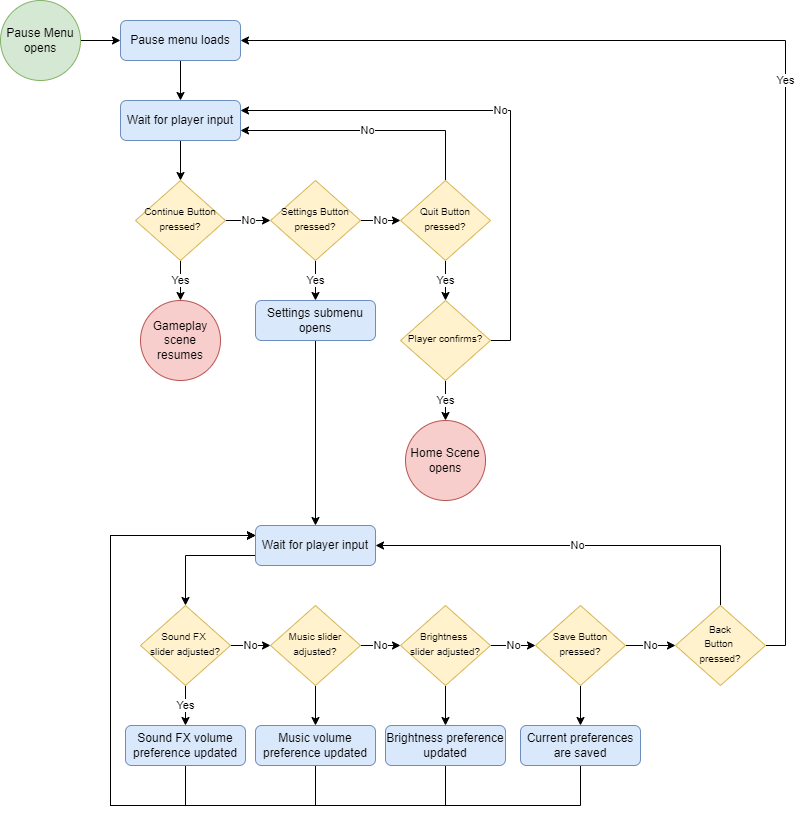
Above: Design/GameplayPauseMenuFlow.png in zkturman/TiltaPong (draw.io), before the change. Source tidied: cells renumbered, new cells last; positions are measured from the earlier drawing's top-left corner, leaving out a move shared by most shapes.
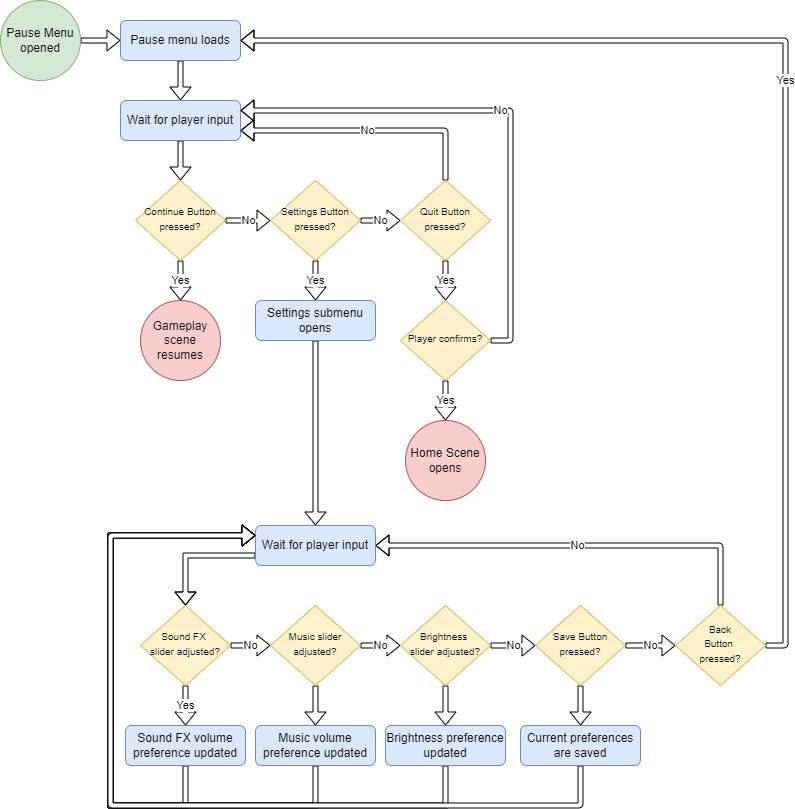
The same diagram one commit later.

Change to the diagram source:
```diff
@@ -2,52 +2,52 @@
   <root>
     <mxCell id="0" />
     <mxCell id="1" parent="0" />
-    <mxCell id="2" value="No" style="edgeStyle=orthogonalEdgeStyle;rounded=0;jettySize=auto;html=1;exitX=1;exitY=0.5;exitDx=0;exitDy=0;entryX=0;entryY=0.5;entryDx=0;entryDy=0;" parent="1" edge="1" source="4" target="9">
+    <mxCell id="2" value="No" style="edgeStyle=orthogonalEdgeStyle;rounded=0;jettySize=auto;html=1;exitX=1;exitY=0.5;exitDx=0;exitDy=0;entryX=0;entryY=0.5;entryDx=0;entryDy=0;shape=flexArrow;fillColor=default;endSize=4;width=5;endWidth=15;" parent="1" edge="1" source="4" target="9">
       <mxGeometry relative="1" as="geometry" />
     </mxCell>
-    <mxCell id="3" value="Yes" style="edgeStyle=orthogonalEdgeStyle;rounded=0;jettySize=auto;html=1;exitX=0.5;exitY=1;exitDx=0;exitDy=0;entryX=0.5;entryY=0;entryDx=0;entryDy=0;" parent="1" edge="1" source="4" target="16">
+    <mxCell id="3" value="Yes" style="edgeStyle=orthogonalEdgeStyle;rounded=0;jettySize=auto;html=1;exitX=0.5;exitY=1;exitDx=0;exitDy=0;entryX=0.5;entryY=0;entryDx=0;entryDy=0;shape=flexArrow;fillColor=default;endSize=4;width=5;endWidth=15;" parent="1" edge="1" source="4" target="16">
       <mxGeometry relative="1" as="geometry" />
     </mxCell>
     <mxCell id="4" value="&lt;font style=&quot;font-size: 10px&quot;&gt;Continue Button pressed?&lt;/font&gt;" style="rhombus;whiteSpace=wrap;html=1;shadow=0;fontFamily=Helvetica;fontSize=12;align=center;strokeWidth=1;spacing=6;spacingTop=-4;fillColor=#fff2cc;strokeColor=#d6b656;" parent="1" vertex="1">
       <mxGeometry x="135" y="180" width="90" height="80" as="geometry" />
     </mxCell>
-    <mxCell id="5" style="edgeStyle=orthogonalEdgeStyle;rounded=0;jettySize=auto;html=1;exitX=1;exitY=0.5;exitDx=0;exitDy=0;" parent="1" edge="1" source="6" target="14">
+    <mxCell id="5" style="edgeStyle=orthogonalEdgeStyle;rounded=0;jettySize=auto;html=1;exitX=1;exitY=0.5;exitDx=0;exitDy=0;shape=flexArrow;fillColor=default;endSize=4;width=5;endWidth=15;" parent="1" edge="1" source="6" target="14">
       <mxGeometry relative="1" as="geometry" />
     </mxCell>
-    <mxCell id="6" value="Pause Menu opens" style="ellipse;whiteSpace=wrap;html=1;fillColor=#d5e8d4;strokeColor=#82b366;" parent="1" vertex="1">
+    <mxCell id="6" value="Pause Menu opened" style="ellipse;whiteSpace=wrap;html=1;fillColor=#d5e8d4;strokeColor=#82b366;" parent="1" vertex="1">
       <mxGeometry width="80" height="80" as="geometry" />
     </mxCell>
-    <mxCell id="7" value="No" style="edgeStyle=orthogonalEdgeStyle;rounded=0;jettySize=auto;html=1;exitX=1;exitY=0.5;exitDx=0;exitDy=0;entryX=0;entryY=0.5;entryDx=0;entryDy=0;" parent="1" edge="1" source="9" target="12">
+    <mxCell id="7" value="No" style="edgeStyle=orthogonalEdgeStyle;rounded=0;jettySize=auto;html=1;exitX=1;exitY=0.5;exitDx=0;exitDy=0;entryX=0;entryY=0.5;entryDx=0;entryDy=0;shape=flexArrow;fillColor=default;endSize=4;width=5;endWidth=15;" parent="1" edge="1" source="9" target="12">
       <mxGeometry relative="1" as="geometry" />
     </mxCell>
-    <mxCell id="8" value="Yes" style="edgeStyle=orthogonalEdgeStyle;rounded=0;jettySize=auto;html=1;exitX=0.5;exitY=1;exitDx=0;exitDy=0;entryX=0.5;entryY=0;entryDx=0;entryDy=0;" parent="1" edge="1" source="9" target="23">
+    <mxCell id="8" value="Yes" style="edgeStyle=orthogonalEdgeStyle;rounded=0;jettySize=auto;html=1;exitX=0.5;exitY=1;exitDx=0;exitDy=0;entryX=0.5;entryY=0;entryDx=0;entryDy=0;shape=flexArrow;fillColor=default;endSize=4;width=5;endWidth=15;" parent="1" edge="1" source="9" target="23">
       <mxGeometry relative="1" as="geometry" />
     </mxCell>
     <mxCell id="9" value="&lt;span style=&quot;font-size: 10px&quot;&gt;Settings Button pressed?&lt;/span&gt;" style="rhombus;whiteSpace=wrap;html=1;shadow=0;fontFamily=Helvetica;fontSize=12;align=center;strokeWidth=1;spacing=6;spacingTop=-4;fillColor=#fff2cc;strokeColor=#d6b656;" parent="1" vertex="1">
       <mxGeometry x="270" y="180" width="90" height="80" as="geometry" />
     </mxCell>
-    <mxCell id="10" value="Yes" style="edgeStyle=orthogonalEdgeStyle;rounded=0;jettySize=auto;html=1;exitX=0.5;exitY=1;exitDx=0;exitDy=0;entryX=0.5;entryY=0;entryDx=0;entryDy=0;" parent="1" edge="1" source="12" target="22">
+    <mxCell id="10" value="Yes" style="edgeStyle=orthogonalEdgeStyle;rounded=0;jettySize=auto;html=1;exitX=0.5;exitY=1;exitDx=0;exitDy=0;entryX=0.5;entryY=0;entryDx=0;entryDy=0;shape=flexArrow;fillColor=default;endSize=4;width=5;endWidth=15;" parent="1" edge="1" source="12" target="22">
       <mxGeometry relative="1" as="geometry" />
     </mxCell>
-    <mxCell id="11" value="No" style="edgeStyle=orthogonalEdgeStyle;rounded=0;jettySize=auto;html=1;exitX=0.5;exitY=0;exitDx=0;exitDy=0;entryX=1;entryY=0.75;entryDx=0;entryDy=0;" parent="1" edge="1" source="12" target="18">
+    <mxCell id="11" value="No" style="edgeStyle=orthogonalEdgeStyle;rounded=1;jettySize=auto;html=1;exitX=0.5;exitY=0;exitDx=0;exitDy=0;entryX=1;entryY=0.75;entryDx=0;entryDy=0;shape=flexArrow;fillColor=default;endSize=4;width=5;endWidth=15;" parent="1" edge="1" source="12" target="18">
       <mxGeometry relative="1" as="geometry" />
     </mxCell>
     <mxCell id="12" value="&lt;span style=&quot;font-size: 10px&quot;&gt;Quit Button pressed?&lt;/span&gt;" style="rhombus;whiteSpace=wrap;html=1;shadow=0;fontFamily=Helvetica;fontSize=12;align=center;strokeWidth=1;spacing=6;spacingTop=-4;fillColor=#fff2cc;strokeColor=#d6b656;" parent="1" vertex="1">
       <mxGeometry x="400" y="180" width="90" height="80" as="geometry" />
     </mxCell>
-    <mxCell id="13" style="edgeStyle=orthogonalEdgeStyle;rounded=0;jettySize=auto;html=1;exitX=0.5;exitY=1;exitDx=0;exitDy=0;" parent="1" edge="1" source="14" target="18">
+    <mxCell id="13" style="edgeStyle=orthogonalEdgeStyle;rounded=0;jettySize=auto;html=1;exitX=0.5;exitY=1;exitDx=0;exitDy=0;shape=flexArrow;fillColor=default;endSize=4;width=5;endWidth=15;" parent="1" edge="1" source="14" target="18">
       <mxGeometry relative="1" as="geometry" />
     </mxCell>
     <mxCell id="14" value="Pause menu loads" style="rounded=1;whiteSpace=wrap;html=1;fillColor=#dae8fc;strokeColor=#6c8ebf;" parent="1" vertex="1">
       <mxGeometry x="120" y="20" width="120" height="40" as="geometry" />
     </mxCell>
-    <mxCell id="15" style="edgeStyle=orthogonalEdgeStyle;rounded=0;jettySize=auto;html=1;exitX=0.5;exitY=1;exitDx=0;exitDy=0;entryX=0.5;entryY=0;entryDx=0;entryDy=0;" parent="1" edge="1" source="23" target="42">
+    <mxCell id="15" style="edgeStyle=orthogonalEdgeStyle;rounded=0;jettySize=auto;html=1;exitX=0.5;exitY=1;exitDx=0;exitDy=0;entryX=0.5;entryY=0;entryDx=0;entryDy=0;shape=flexArrow;fillColor=default;endSize=4;width=5;endWidth=15;" parent="1" edge="1" source="23" target="42">
       <mxGeometry relative="1" as="geometry" />
     </mxCell>
     <mxCell id="16" value="Gameplay scene resumes" style="ellipse;whiteSpace=wrap;html=1;fillColor=#f8cecc;strokeColor=#b85450;" parent="1" vertex="1">
       <mxGeometry x="140" y="300" width="80" height="80" as="geometry" />
     </mxCell>
-    <mxCell id="17" style="edgeStyle=orthogonalEdgeStyle;rounded=0;jettySize=auto;html=1;exitX=0.5;exitY=1;exitDx=0;exitDy=0;entryX=0.5;entryY=0;entryDx=0;entryDy=0;" parent="1" edge="1" source="18" target="4">
+    <mxCell id="17" style="edgeStyle=orthogonalEdgeStyle;rounded=0;jettySize=auto;html=1;exitX=0.5;exitY=1;exitDx=0;exitDy=0;entryX=0.5;entryY=0;entryDx=0;entryDy=0;shape=flexArrow;fillColor=default;endSize=4;width=5;endWidth=15;" parent="1" edge="1" source="18" target="4">
       <mxGeometry relative="1" as="geometry" />
     </mxCell>
     <mxCell id="18" value="Wait for player input" style="rounded=1;whiteSpace=wrap;html=1;fillColor=#dae8fc;strokeColor=#6c8ebf;" parent="1" vertex="1">
@@ -56,10 +56,10 @@
     <mxCell id="19" value="Home Scene opens" style="ellipse;whiteSpace=wrap;html=1;fillColor=#f8cecc;strokeColor=#b85450;" parent="1" vertex="1">
       <mxGeometry x="405" y="420" width="80" height="80" as="geometry" />
     </mxCell>
-    <mxCell id="20" value="Yes" style="edgeStyle=orthogonalEdgeStyle;rounded=0;jettySize=auto;html=1;exitX=0.5;exitY=1;exitDx=0;exitDy=0;entryX=0.5;entryY=0;entryDx=0;entryDy=0;" parent="1" edge="1" source="22" target="19">
+    <mxCell id="20" value="Yes" style="edgeStyle=orthogonalEdgeStyle;rounded=0;jettySize=auto;html=1;exitX=0.5;exitY=1;exitDx=0;exitDy=0;entryX=0.5;entryY=0;entryDx=0;entryDy=0;shape=flexArrow;fillColor=default;endSize=4;width=5;endWidth=15;" parent="1" edge="1" source="22" target="19">
       <mxGeometry relative="1" as="geometry" />
     </mxCell>
-    <mxCell id="21" value="No" style="edgeStyle=orthogonalEdgeStyle;rounded=0;jettySize=auto;html=1;exitX=1;exitY=0.5;exitDx=0;exitDy=0;entryX=1;entryY=0.25;entryDx=0;entryDy=0;" parent="1" edge="1" source="22" target="18">
+    <mxCell id="21" value="No" style="edgeStyle=orthogonalEdgeStyle;rounded=1;jettySize=auto;html=1;exitX=1;exitY=0.5;exitDx=0;exitDy=0;entryX=1;entryY=0.25;entryDx=0;entryDy=0;shape=flexArrow;fillColor=default;endSize=4;width=5;endWidth=15;" parent="1" edge="1" source="22" target="18">
       <mxGeometry relative="1" as="geometry" />
     </mxCell>
     <mxCell id="22" value="&lt;span style=&quot;font-size: 10px&quot;&gt;Player confirms?&lt;/span&gt;" style="rhombus;whiteSpace=wrap;html=1;shadow=0;fontFamily=Helvetica;fontSize=12;align=center;strokeWidth=1;spacing=6;spacingTop=-4;fillColor=#fff2cc;strokeColor=#d6b656;" parent="1" vertex="1">
@@ -68,34 +68,34 @@
     <mxCell id="23" value="Settings submenu opens" style="rounded=1;whiteSpace=wrap;html=1;fillColor=#dae8fc;strokeColor=#6c8ebf;" parent="1" vertex="1">
       <mxGeometry x="255" y="300" width="120" height="40" as="geometry" />
     </mxCell>
-    <mxCell id="24" value="No" style="edgeStyle=orthogonalEdgeStyle;rounded=0;jettySize=auto;html=1;exitX=1;exitY=0.5;exitDx=0;exitDy=0;entryX=0;entryY=0.5;entryDx=0;entryDy=0;" parent="1" edge="1" source="26" target="29">
+    <mxCell id="24" value="No" style="edgeStyle=orthogonalEdgeStyle;rounded=0;jettySize=auto;html=1;exitX=1;exitY=0.5;exitDx=0;exitDy=0;entryX=0;entryY=0.5;entryDx=0;entryDy=0;shape=flexArrow;fillColor=default;endSize=4;width=5;endWidth=15;" parent="1" edge="1" source="26" target="29">
       <mxGeometry relative="1" as="geometry" />
     </mxCell>
-    <mxCell id="25" value="Yes" style="edgeStyle=orthogonalEdgeStyle;rounded=0;jettySize=auto;html=1;exitX=0.5;exitY=1;exitDx=0;exitDy=0;" parent="1" edge="1" source="26" target="34">
+    <mxCell id="25" value="Yes" style="edgeStyle=orthogonalEdgeStyle;rounded=0;jettySize=auto;html=1;exitX=0.5;exitY=1;exitDx=0;exitDy=0;shape=flexArrow;fillColor=default;endSize=4;width=5;endWidth=15;" parent="1" edge="1" source="26" target="34">
       <mxGeometry relative="1" as="geometry" />
     </mxCell>
     <mxCell id="26" value="&lt;span style=&quot;font-size: 10px&quot;&gt;Sound FX &lt;br&gt;slider adjusted?&lt;/span&gt;" style="rhombus;whiteSpace=wrap;html=1;shadow=0;fontFamily=Helvetica;fontSize=12;align=center;strokeWidth=1;spacing=6;spacingTop=-4;fillColor=#fff2cc;strokeColor=#d6b656;" parent="1" vertex="1">
       <mxGeometry x="140" y="605" width="90" height="80" as="geometry" />
     </mxCell>
-    <mxCell id="27" value="No" style="edgeStyle=orthogonalEdgeStyle;rounded=0;jettySize=auto;html=1;exitX=1;exitY=0.5;exitDx=0;exitDy=0;entryX=0;entryY=0.5;entryDx=0;entryDy=0;" parent="1" edge="1" source="29" target="32">
+    <mxCell id="27" value="No" style="edgeStyle=orthogonalEdgeStyle;rounded=0;jettySize=auto;html=1;exitX=1;exitY=0.5;exitDx=0;exitDy=0;entryX=0;entryY=0.5;entryDx=0;entryDy=0;shape=flexArrow;fillColor=default;endSize=4;width=5;endWidth=15;" parent="1" edge="1" source="29" target="32">
       <mxGeometry relative="1" as="geometry" />
     </mxCell>
-    <mxCell id="28" style="edgeStyle=orthogonalEdgeStyle;rounded=0;jettySize=auto;html=1;exitX=0.5;exitY=1;exitDx=0;exitDy=0;" parent="1" edge="1" source="29" target="44">
+    <mxCell id="28" style="edgeStyle=orthogonalEdgeStyle;rounded=0;jettySize=auto;html=1;exitX=0.5;exitY=1;exitDx=0;exitDy=0;shape=flexArrow;fillColor=default;endSize=4;width=5;endWidth=15;" parent="1" edge="1" source="29" target="44">
       <mxGeometry relative="1" as="geometry" />
     </mxCell>
     <mxCell id="29" value="&lt;span style=&quot;font-size: 10px&quot;&gt;Music slider adjusted?&lt;/span&gt;" style="rhombus;whiteSpace=wrap;html=1;shadow=0;fontFamily=Helvetica;fontSize=12;align=center;strokeWidth=1;spacing=6;spacingTop=-4;fillColor=#fff2cc;strokeColor=#d6b656;" parent="1" vertex="1">
       <mxGeometry x="270" y="605" width="90" height="80" as="geometry" />
     </mxCell>
-    <mxCell id="30" value="No" style="edgeStyle=orthogonalEdgeStyle;rounded=0;jettySize=auto;html=1;exitX=1;exitY=0.5;exitDx=0;exitDy=0;entryX=0;entryY=0.5;entryDx=0;entryDy=0;" parent="1" edge="1" source="32" target="38">
+    <mxCell id="30" value="No" style="edgeStyle=orthogonalEdgeStyle;rounded=0;jettySize=auto;html=1;exitX=1;exitY=0.5;exitDx=0;exitDy=0;entryX=0;entryY=0.5;entryDx=0;entryDy=0;shape=flexArrow;fillColor=default;endSize=4;width=5;endWidth=15;" parent="1" edge="1" source="32" target="38">
       <mxGeometry relative="1" as="geometry" />
     </mxCell>
-    <mxCell id="31" style="edgeStyle=orthogonalEdgeStyle;rounded=0;jettySize=auto;html=1;exitX=0.5;exitY=1;exitDx=0;exitDy=0;entryX=0.5;entryY=0;entryDx=0;entryDy=0;" parent="1" edge="1" source="32" target="46">
+    <mxCell id="31" style="edgeStyle=orthogonalEdgeStyle;rounded=0;jettySize=auto;html=1;exitX=0.5;exitY=1;exitDx=0;exitDy=0;entryX=0.5;entryY=0;entryDx=0;entryDy=0;shape=flexArrow;fillColor=default;endSize=4;width=5;endWidth=15;" parent="1" edge="1" source="32" target="46">
       <mxGeometry relative="1" as="geometry" />
     </mxCell>
     <mxCell id="32" value="&lt;span style=&quot;font-size: 10px&quot;&gt;Brightness &lt;br&gt;slider adjusted?&lt;/span&gt;" style="rhombus;whiteSpace=wrap;html=1;shadow=0;fontFamily=Helvetica;fontSize=12;align=center;strokeWidth=1;spacing=6;spacingTop=-4;fillColor=#fff2cc;strokeColor=#d6b656;" parent="1" vertex="1">
       <mxGeometry x="400" y="605" width="90" height="80" as="geometry" />
     </mxCell>
-    <mxCell id="33" style="edgeStyle=orthogonalEdgeStyle;rounded=0;jettySize=auto;html=1;exitX=0.5;exitY=1;exitDx=0;exitDy=0;entryX=0;entryY=0.25;entryDx=0;entryDy=0;" parent="1" edge="1" source="34" target="42">
+    <mxCell id="33" style="edgeStyle=orthogonalEdgeStyle;rounded=0;jettySize=auto;html=1;exitX=0.5;exitY=1;exitDx=0;exitDy=0;entryX=0;entryY=0.25;entryDx=0;entryDy=0;shape=flexArrow;fillColor=default;endSize=4;width=5;endWidth=15;" parent="1" edge="1" source="34" target="42">
       <mxGeometry relative="1" as="geometry">
         <Array as="points">
           <mxPoint x="185" y="805" />
@@ -107,22 +107,22 @@
     <mxCell id="34" value="Sound FX volume preference updated" style="rounded=1;whiteSpace=wrap;html=1;fillColor=#dae8fc;strokeColor=#6c8ebf;" parent="1" vertex="1">
       <mxGeometry x="125" y="725" width="120" height="40" as="geometry" />
     </mxCell>
-    <mxCell id="35" style="edgeStyle=orthogonalEdgeStyle;rounded=0;jettySize=auto;html=1;exitX=0;exitY=0.75;exitDx=0;exitDy=0;entryX=0.5;entryY=0;entryDx=0;entryDy=0;" parent="1" edge="1" source="42" target="26">
+    <mxCell id="35" style="edgeStyle=orthogonalEdgeStyle;rounded=0;jettySize=auto;html=1;exitX=0;exitY=0.75;exitDx=0;exitDy=0;entryX=0.5;entryY=0;entryDx=0;entryDy=0;shape=flexArrow;fillColor=default;endSize=4;width=5;endWidth=15;" parent="1" edge="1" source="42" target="26">
       <mxGeometry relative="1" as="geometry" />
     </mxCell>
-    <mxCell id="36" value="No" style="edgeStyle=orthogonalEdgeStyle;rounded=0;jettySize=auto;html=1;" parent="1" edge="1" source="38" target="41">
+    <mxCell id="36" value="No" style="edgeStyle=orthogonalEdgeStyle;rounded=0;jettySize=auto;html=1;shape=flexArrow;fillColor=default;endSize=4;width=5;endWidth=15;" parent="1" edge="1" source="38" target="41">
       <mxGeometry relative="1" as="geometry" />
     </mxCell>
-    <mxCell id="37" style="edgeStyle=orthogonalEdgeStyle;rounded=0;jettySize=auto;html=1;exitX=0.5;exitY=1;exitDx=0;exitDy=0;entryX=0.5;entryY=0;entryDx=0;entryDy=0;" parent="1" edge="1" source="38" target="48">
+    <mxCell id="37" style="edgeStyle=orthogonalEdgeStyle;rounded=0;jettySize=auto;html=1;exitX=0.5;exitY=1;exitDx=0;exitDy=0;entryX=0.5;entryY=0;entryDx=0;entryDy=0;shape=flexArrow;fillColor=default;endSize=4;width=5;endWidth=15;" parent="1" edge="1" source="38" target="48">
       <mxGeometry relative="1" as="geometry" />
     </mxCell>
     <mxCell id="38" value="&lt;span style=&quot;font-size: 10px&quot;&gt;Save Button pressed?&lt;/span&gt;" style="rhombus;whiteSpace=wrap;html=1;shadow=0;fontFamily=Helvetica;fontSize=12;align=center;strokeWidth=1;spacing=6;spacingTop=-4;fillColor=#fff2cc;strokeColor=#d6b656;" parent="1" vertex="1">
       <mxGeometry x="535" y="605" width="90" height="80" as="geometry" />
     </mxCell>
-    <mxCell id="39" value="No" style="edgeStyle=orthogonalEdgeStyle;rounded=0;jettySize=auto;html=1;exitX=0.5;exitY=0;exitDx=0;exitDy=0;entryX=1;entryY=0.5;entryDx=0;entryDy=0;" parent="1" edge="1" source="41" target="42">
+    <mxCell id="39" value="No" style="edgeStyle=orthogonalEdgeStyle;rounded=1;jettySize=auto;html=1;exitX=0.5;exitY=0;exitDx=0;exitDy=0;entryX=1;entryY=0.5;entryDx=0;entryDy=0;shape=flexArrow;fillColor=default;endSize=4;width=5;endWidth=15;" parent="1" edge="1" source="41" target="42">
       <mxGeometry relative="1" as="geometry" />
     </mxCell>
-    <mxCell id="40" value="Yes" style="edgeStyle=orthogonalEdgeStyle;rounded=0;jettySize=auto;html=1;exitX=1;exitY=0.5;exitDx=0;exitDy=0;entryX=1;entryY=0.5;entryDx=0;entryDy=0;" parent="1" edge="1" source="41" target="14">
+    <mxCell id="40" value="Yes" style="edgeStyle=orthogonalEdgeStyle;rounded=1;jettySize=auto;html=1;exitX=1;exitY=0.5;exitDx=0;exitDy=0;entryX=1;entryY=0.5;entryDx=0;entryDy=0;shape=flexArrow;fillColor=default;endSize=4;width=5;endWidth=15;" parent="1" edge="1" source="41" target="14">
       <mxGeometry relative="1" as="geometry" />
     </mxCell>
     <mxCell id="41" value="&lt;font style=&quot;font-size: 10px&quot;&gt;Back&lt;br&gt;Button &lt;br&gt;pressed?&lt;/font&gt;" style="rhombus;whiteSpace=wrap;html=1;shadow=0;fontFamily=Helvetica;fontSize=12;align=center;strokeWidth=1;spacing=6;spacingTop=-4;fillColor=#fff2cc;strokeColor=#d6b656;" parent="1" vertex="1">
@@ -131,7 +131,7 @@
     <mxCell id="42" value="Wait for player input" style="rounded=1;whiteSpace=wrap;html=1;fillColor=#dae8fc;strokeColor=#6c8ebf;" parent="1" vertex="1">
       <mxGeometry x="255" y="525" width="120" height="40" as="geometry" />
     </mxCell>
-    <mxCell id="43" style="edgeStyle=orthogonalEdgeStyle;rounded=0;jettySize=auto;html=1;exitX=0.5;exitY=1;exitDx=0;exitDy=0;entryX=0;entryY=0.25;entryDx=0;entryDy=0;" parent="1" edge="1" source="44" target="42">
+    <mxCell id="43" style="edgeStyle=orthogonalEdgeStyle;rounded=0;jettySize=auto;html=1;exitX=0.5;exitY=1;exitDx=0;exitDy=0;entryX=0;entryY=0.25;entryDx=0;entryDy=0;shape=flexArrow;fillColor=default;endSize=4;width=5;endWidth=15;" parent="1" edge="1" source="44" target="42">
       <mxGeometry relative="1" as="geometry">
         <Array as="points">
           <mxPoint x="315" y="805" />
@@ -143,7 +143,7 @@
     <mxCell id="44" value="Music volume preference updated" style="rounded=1;whiteSpace=wrap;html=1;fillColor=#dae8fc;strokeColor=#6c8ebf;" parent="1" vertex="1">
       <mxGeometry x="255" y="725" width="120" height="40" as="geometry" />
     </mxCell>
-    <mxCell id="45" style="edgeStyle=orthogonalEdgeStyle;rounded=0;jettySize=auto;html=1;exitX=0.5;exitY=1;exitDx=0;exitDy=0;entryX=0;entryY=0.25;entryDx=0;entryDy=0;" parent="1" edge="1" source="46" target="42">
+    <mxCell id="45" style="edgeStyle=orthogonalEdgeStyle;rounded=0;jettySize=auto;html=1;exitX=0.5;exitY=1;exitDx=0;exitDy=0;entryX=0;entryY=0.25;entryDx=0;entryDy=0;shape=flexArrow;fillColor=default;endSize=4;width=5;endWidth=15;" parent="1" edge="1" source="46" target="42">
       <mxGeometry relative="1" as="geometry">
         <Array as="points">
           <mxPoint x="445" y="805" />
@@ -155,7 +155,7 @@
     <mxCell id="46" value="Brightness preference updated" style="rounded=1;whiteSpace=wrap;html=1;fillColor=#dae8fc;strokeColor=#6c8ebf;" parent="1" vertex="1">
       <mxGeometry x="385" y="725" width="120" height="40" as="geometry" />
     </mxCell>
-    <mxCell id="47" style="edgeStyle=orthogonalEdgeStyle;rounded=0;jettySize=auto;html=1;exitX=0.5;exitY=1;exitDx=0;exitDy=0;entryX=0;entryY=0.25;entryDx=0;entryDy=0;" parent="1" edge="1" source="48" target="42">
+    <mxCell id="47" style="edgeStyle=orthogonalEdgeStyle;rounded=1;jettySize=auto;html=1;exitX=0.5;exitY=1;exitDx=0;exitDy=0;entryX=0;entryY=0.25;entryDx=0;entryDy=0;shape=flexArrow;fillColor=default;endSize=4;width=5;endWidth=15;" parent="1" edge="1" source="48" target="42">
       <mxGeometry relative="1" as="geometry">
         <Array as="points">
           <mxPoint x="580" y="805" />
```
